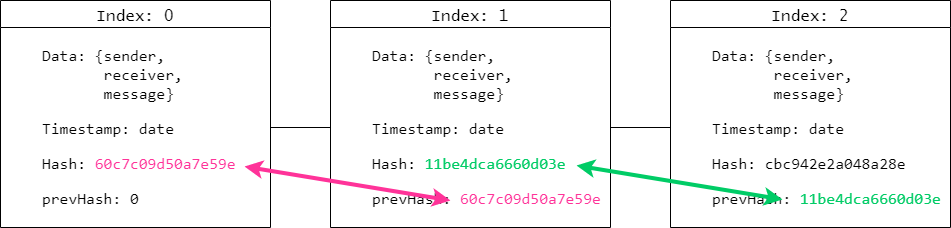
Before: docs/immutable-blockchain.png, a diagram exported from draw.io (ljungmark/blockchain). Source tidied: cells renumbered, new cells last; positions are measured from the earlier drawing's top-left corner, leaving out a move shared by most shapes.
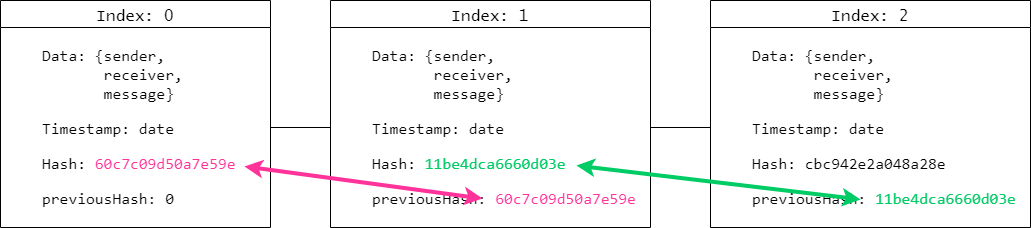
Above is the later version.

Commit message:
Update prevHash example

Change to the diagram source:
```diff
@@ -5,20 +5,20 @@
     <mxCell id="2" value="Index: 0" style="swimlane;fontStyle=0;horizontal=1;startSize=27;fillColor=#ffffff;swimlaneFillColor=#ffffff;fontFamily=Lucida Console;fontSize=16;" parent="1" vertex="1">
       <mxGeometry width="270" height="227" as="geometry" />
     </mxCell>
-    <mxCell id="3" value="&lt;blockquote style=&quot;margin: 0 0 0 40px ; border: none ; padding: 0px&quot;&gt;&lt;pre style=&quot;font-size: 16px&quot;&gt;Data: {sender,&lt;br&gt;&amp;nbsp; &amp;nbsp; &amp;nbsp; &amp;nbsp;receiver,&lt;br&gt;       message}&lt;/pre&gt;&lt;pre style=&quot;font-size: 16px&quot;&gt;Timestamp: date&lt;/pre&gt;&lt;pre style=&quot;font-size: 16px&quot;&gt;Hash: &lt;font color=&quot;#ff3399&quot;&gt;60c7c09d50a7e59e&lt;/font&gt;&lt;/pre&gt;&lt;pre style=&quot;font-size: 16px&quot;&gt;prevHash: 0&lt;/pre&gt;&lt;/blockquote&gt;" style="text;html=1;points=[];align=left;verticalAlign=top;spacingTop=-4;fontSize=16;" parent="2" vertex="1">
+    <mxCell id="3" value="&lt;blockquote style=&quot;margin: 0 0 0 40px ; border: none ; padding: 0px&quot;&gt;&lt;pre style=&quot;font-size: 16px&quot;&gt;Data: {sender,&lt;br&gt;&amp;nbsp; &amp;nbsp; &amp;nbsp; &amp;nbsp;receiver,&lt;br&gt;       message}&lt;/pre&gt;&lt;pre style=&quot;font-size: 16px&quot;&gt;Timestamp: date&lt;/pre&gt;&lt;pre style=&quot;font-size: 16px&quot;&gt;Hash: &lt;font color=&quot;#ff3399&quot;&gt;60c7c09d50a7e59e&lt;/font&gt;&lt;/pre&gt;&lt;pre style=&quot;font-size: 16px&quot;&gt;previousHash: 0&lt;/pre&gt;&lt;/blockquote&gt;" style="text;html=1;points=[];align=left;verticalAlign=top;spacingTop=-4;fontSize=16;" parent="2" vertex="1">
       <mxGeometry y="27" width="270" height="200" as="geometry" />
     </mxCell>
     <mxCell id="4" value="Index: 1" style="swimlane;fontStyle=0;horizontal=1;startSize=27;fillColor=#ffffff;swimlaneFillColor=#ffffff;fontFamily=Lucida Console;fontSize=16;" parent="1" vertex="1">
-      <mxGeometry x="330" width="280" height="227" as="geometry" />
+      <mxGeometry x="330" width="320" height="227" as="geometry" />
     </mxCell>
-    <mxCell id="5" value="&lt;blockquote style=&quot;margin: 0 0 0 40px ; border: none ; padding: 0px&quot;&gt;&lt;pre style=&quot;font-size: 16px&quot;&gt;Data: {sender,&lt;br&gt;&amp;nbsp; &amp;nbsp; &amp;nbsp; &amp;nbsp;receiver,&lt;br&gt;       message}&lt;/pre&gt;&lt;pre style=&quot;font-size: 16px&quot;&gt;Timestamp: date&lt;/pre&gt;&lt;pre style=&quot;font-size: 16px&quot;&gt;Hash: &lt;font color=&quot;#00cc66&quot;&gt;11be4dca6660d03e&lt;/font&gt;&lt;/pre&gt;&lt;pre style=&quot;font-size: 16px&quot;&gt;prevHash: &lt;font color=&quot;#ff3399&quot;&gt;60c7c09d50a7e59e&lt;/font&gt;&lt;/pre&gt;&lt;/blockquote&gt;" style="text;html=1;points=[];align=left;verticalAlign=top;spacingTop=-4;fontSize=16;" parent="4" vertex="1">
-      <mxGeometry y="27" width="280" height="200" as="geometry" />
+    <mxCell id="5" value="&lt;blockquote style=&quot;margin: 0 0 0 40px ; border: none ; padding: 0px&quot;&gt;&lt;pre style=&quot;font-size: 16px&quot;&gt;Data: {sender,&lt;br&gt;&amp;nbsp; &amp;nbsp; &amp;nbsp; &amp;nbsp;receiver,&lt;br&gt;       message}&lt;/pre&gt;&lt;pre style=&quot;font-size: 16px&quot;&gt;Timestamp: date&lt;/pre&gt;&lt;pre style=&quot;font-size: 16px&quot;&gt;Hash: &lt;font color=&quot;#00cc66&quot;&gt;11be4dca6660d03e&lt;/font&gt;&lt;/pre&gt;&lt;pre style=&quot;font-size: 16px&quot;&gt;previousHash: &lt;font color=&quot;#ff3399&quot;&gt;60c7c09d50a7e59e&lt;/font&gt;&lt;/pre&gt;&lt;/blockquote&gt;" style="text;html=1;points=[];align=left;verticalAlign=top;spacingTop=-4;fontSize=16;" parent="4" vertex="1">
+      <mxGeometry y="27" width="320" height="200" as="geometry" />
     </mxCell>
     <mxCell id="6" value="Index: 2" style="swimlane;fontStyle=0;horizontal=1;startSize=27;fillColor=#ffffff;swimlaneFillColor=#ffffff;fontFamily=Lucida Console;fontSize=16;" parent="1" vertex="1">
-      <mxGeometry x="670" width="280" height="227" as="geometry" />
+      <mxGeometry x="710" width="320" height="227" as="geometry" />
     </mxCell>
-    <mxCell id="7" value="&lt;blockquote style=&quot;margin: 0 0 0 40px ; border: none ; padding: 0px&quot;&gt;&lt;pre style=&quot;font-size: 16px&quot;&gt;Data: {sender,&lt;br&gt;&amp;nbsp; &amp;nbsp; &amp;nbsp; &amp;nbsp;receiver,&lt;br&gt;       message}&lt;/pre&gt;&lt;pre style=&quot;font-size: 16px&quot;&gt;Timestamp: date&lt;/pre&gt;&lt;pre style=&quot;font-size: 16px&quot;&gt;Hash: cbc942e2a048a28e&lt;/pre&gt;&lt;pre style=&quot;font-size: 16px&quot;&gt;prevHash: &lt;font color=&quot;#00cc66&quot;&gt;11be4dca6660d03e&lt;/font&gt;&lt;/pre&gt;&lt;/blockquote&gt;" style="text;html=1;points=[];align=left;verticalAlign=top;spacingTop=-4;fontSize=16;" parent="6" vertex="1">
-      <mxGeometry y="27" width="280" height="200" as="geometry" />
+    <mxCell id="7" value="&lt;blockquote style=&quot;margin: 0 0 0 40px ; border: none ; padding: 0px&quot;&gt;&lt;pre style=&quot;font-size: 16px&quot;&gt;Data: {sender,&lt;br&gt;&amp;nbsp; &amp;nbsp; &amp;nbsp; &amp;nbsp;receiver,&lt;br&gt;       message}&lt;/pre&gt;&lt;pre style=&quot;font-size: 16px&quot;&gt;Timestamp: date&lt;/pre&gt;&lt;pre style=&quot;font-size: 16px&quot;&gt;Hash: cbc942e2a048a28e&lt;/pre&gt;&lt;pre style=&quot;font-size: 16px&quot;&gt;previousHash: &lt;font color=&quot;#00cc66&quot;&gt;11be4dca6660d03e&lt;/font&gt;&lt;/pre&gt;&lt;/blockquote&gt;" style="text;html=1;points=[];align=left;verticalAlign=top;spacingTop=-4;fontSize=16;" parent="6" vertex="1">
+      <mxGeometry y="27" width="320" height="200" as="geometry" />
     </mxCell>
     <mxCell id="8" style="edgeStyle=orthogonalEdgeStyle;rounded=0;jettySize=auto;html=1;fontFamily=Lucida Console;fontSize=16;endArrow=none;endFill=0;" parent="1" edge="1" source="3">
       <mxGeometry relative="1" as="geometry" />
@@ -32,17 +32,15 @@
     <mxCell id="11" style="edgeStyle=orthogonalEdgeStyle;rounded=0;jettySize=auto;html=1;endArrow=none;endFill=0;fontFamily=Lucida Console;fontSize=16;" parent="1" edge="1" source="5" target="7">
       <mxGeometry relative="1" as="geometry" />
     </mxCell>
-    <mxCell id="12" style="endArrow=classic;html=1;fontFamily=Lucida Console;fontSize=16;strokeColor=#FF3399;startArrow=classic;startFill=1;endFill=1;strokeWidth=4;" parent="1" edge="1">
+    <mxCell id="12" style="endArrow=classic;html=1;fontFamily=Lucida Console;fontSize=16;strokeColor=#FF3399;startArrow=classic;startFill=1;endFill=1;strokeWidth=4;entryX=0.475;entryY=0.855;entryDx=0;entryDy=0;entryPerimeter=0;" parent="1" edge="1" target="5">
       <mxGeometry relative="1" as="geometry">
         <mxPoint x="244" y="166" as="sourcePoint" />
-        <mxPoint x="450" y="200" as="targetPoint" />
       </mxGeometry>
     </mxCell>
-    <mxCell id="13" style="endArrow=classic;html=1;fontFamily=Lucida Console;fontSize=16;strokeColor=#00CC66;startArrow=classic;startFill=1;endFill=1;comic=0;strokeWidth=4;" parent="1" edge="1">
-      <mxGeometry relative="1" as="geometry">
-        <mxPoint x="576" y="165" as="sourcePoint" />
-        <mxPoint x="782" y="199" as="targetPoint" />
-      </mxGeometry>
-    </mxCell>
+    <mxCell id="14" style="endArrow=classic;html=1;fontFamily=Lucida Console;fontSize=16;strokeColor=#00CC66;startArrow=classic;startFill=1;endFill=1;comic=0;strokeWidth=4;entryX=0.469;entryY=0.86;entryDx=0;entryDy=0;entryPerimeter=0;" parent="1" edge="1" target="7">
+      <mxGeometry relative="1" as="geometry">
+        <mxPoint x="576" y="165" as="sourcePoint" />
+      </mxGeometry>
+    </mxCell>
   </root>
 </mxGraphModel>
```
